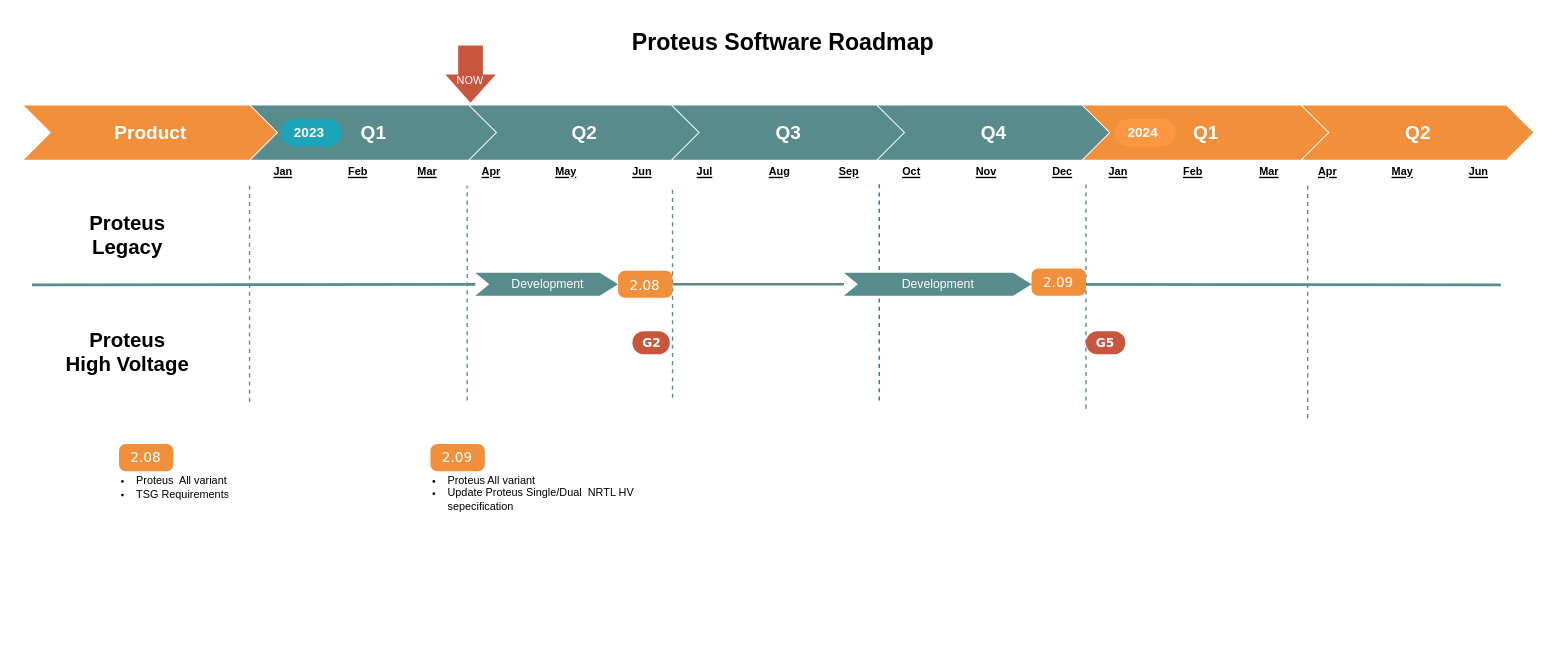
Earlier version of the draw.io diagram page "Proteus" (6 of 8) of 0.Project Roadmap.drawio (EdwardsKorea/CommonDrawIO). Source tidied: cells renumbered, new cells numbered last; positions are measured from the earlier drawing's top-left corner, leaving out a move shared by most shapes. Both pictures are drawn from the tidied source at 136%, with x=0, y=0 at pixel (23, 23).
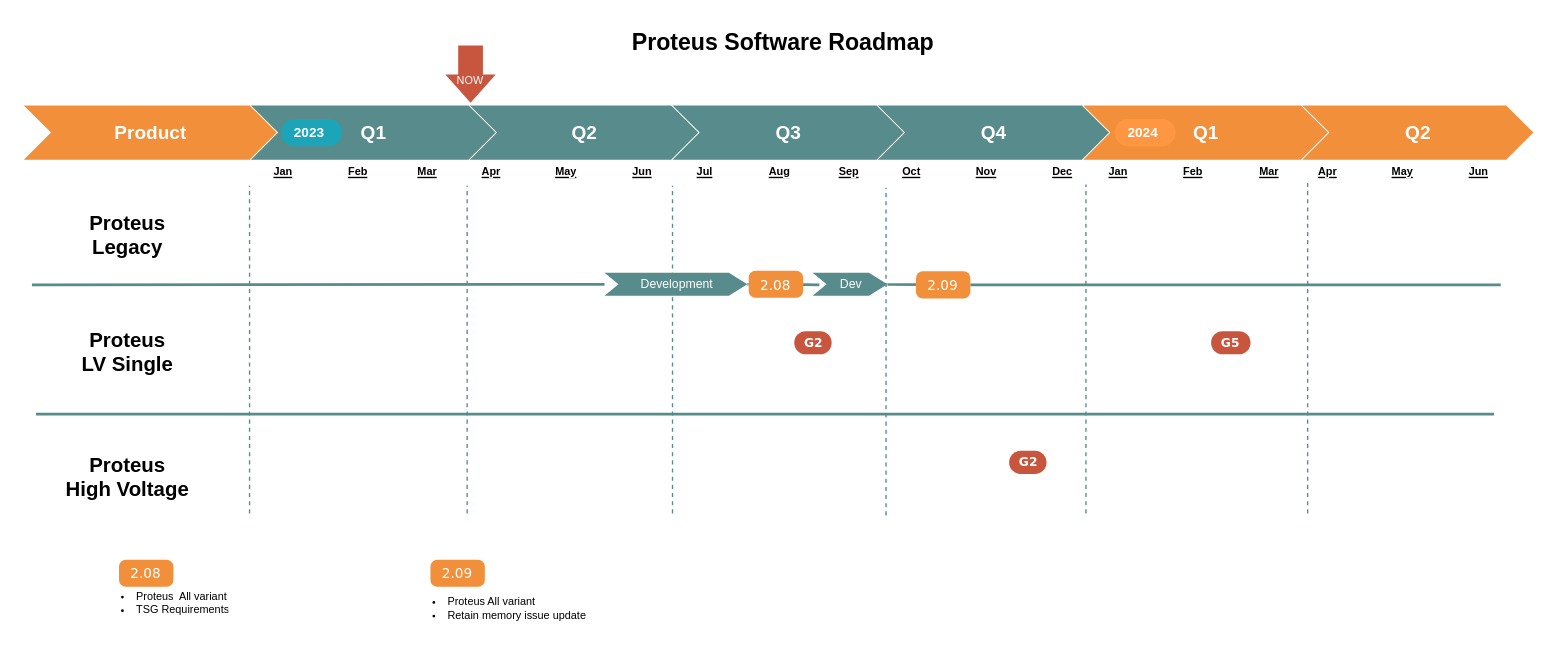
After the change.

Commit message (it also covers changes not shown here):
0.Project Roadmap.drawio proteus 업데이트

Change to the diagram source:
```diff
@@
     <mxCell id="31" style="endArrow=none;dashed=1;html=1;strokeColor=#588b8b;strokeWidth=1;" parent="1" edge="1">
       <mxGeometry relative="1" as="geometry">
-        <mxPoint x="166" y="278" as="sourcePoint" />
+        <mxPoint x="166" y="360" as="sourcePoint" />
         <mxPoint x="166" y="119" as="targetPoint" />
       </mxGeometry>
     </mxCell>
     <mxCell id="32" style="endArrow=none;dashed=1;html=1;strokeColor=#588b8b;strokeWidth=1;" parent="1" edge="1">
       <mxGeometry relative="1" as="geometry">
-        <mxPoint x="326" y="277" as="sourcePoint" />
+        <mxPoint x="326" y="360" as="sourcePoint" />
         <mxPoint x="326" y="119" as="targetPoint" />
       </mxGeometry>
     </mxCell>
     <mxCell id="33" style="endArrow=none;dashed=1;html=1;strokeColor=#588b8b;strokeWidth=1;" parent="1" edge="1">
       <mxGeometry relative="1" as="geometry">
-        <mxPoint x="477" y="275" as="sourcePoint" />
+        <mxPoint x="477" y="360" as="sourcePoint" />
         <mxPoint x="477" y="119" as="targetPoint" />
       </mxGeometry>
     </mxCell>
-    <mxCell id="34" style="endArrow=none;dashed=1;html=1;strokeColor=#10739E;strokeWidth=1;" parent="1" edge="1">
-      <mxGeometry relative="1" as="geometry">
-        <mxPoint x="629" y="277" as="sourcePoint" />
-        <mxPoint x="629" y="117.6" as="targetPoint" />
-      </mxGeometry>
-    </mxCell>
     <mxCell id="35" style="endArrow=none;dashed=1;html=1;strokeColor=#588b8b;strokeWidth=1;" parent="1" edge="1">
       <mxGeometry relative="1" as="geometry">
-        <mxPoint x="781" y="283" as="sourcePoint" />
+        <mxPoint x="781" y="360" as="sourcePoint" />
         <mxPoint x="781" y="118.1" as="targetPoint" />
       </mxGeometry>
     </mxCell>
     <mxCell id="36" style="endArrow=none;dashed=1;html=1;strokeColor=#588b8b;strokeWidth=1;" parent="1" edge="1">
       <mxGeometry relative="1" as="geometry">
-        <mxPoint x="944" y="290" as="sourcePoint" />
+        <mxPoint x="944" y="360" as="sourcePoint" />
         <mxPoint x="944" y="117" as="targetPoint" />
       </mxGeometry>
     </mxCell>
-    <mxCell id="37" value="Proteus &lt;br&gt;High Voltage" style="text;html=1;strokeColor=none;fillColor=none;align=center;verticalAlign=middle;whiteSpace=wrap;rounded=0;fontSize=15;fontStyle=1;" parent="1" vertex="1">
+    <mxCell id="37" value="Proteus&lt;br&gt;LV Single" style="text;html=1;strokeColor=none;fillColor=none;align=center;verticalAlign=middle;whiteSpace=wrap;rounded=0;fontSize=15;fontStyle=1;" parent="1" vertex="1">
       <mxGeometry x="17" y="226" width="119" height="30" as="geometry" />
     </mxCell>
-    <mxCell id="38" style="endArrow=none;html=1;strokeColor=#588b8b;strokeWidth=2;" parent="1" edge="1" source="46">
+    <mxCell id="38" style="endArrow=none;html=1;strokeColor=#588b8b;strokeWidth=2;" parent="1" edge="1" source="42">
       <mxGeometry relative="1" as="geometry">
         <mxPoint x="1086" y="192" as="targetPoint" />
       </mxGeometry>
     </mxCell>
@@
     <mxCell id="40" value="G2" style="rounded=1;whiteSpace=wrap;html=1;arcSize=50;strokeColor=none;strokeWidth=1;fillColor=#c8553d;fontColor=#FFFFFF;whiteSpace=wrap;align=center;verticalAlign=middle;spacingLeft=0;fontStyle=1;fontSize=9;spacing=10;fontFamily=Verdana;" parent="1" vertex="1">
-      <mxGeometry x="447.5" y="226" width="27.5" height="17" as="geometry" />
+      <mxGeometry x="566.5" y="226" width="27.5" height="17" as="geometry" />
     </mxCell>
     <mxCell id="41" value="G5" style="rounded=1;whiteSpace=wrap;html=1;arcSize=50;strokeColor=none;strokeWidth=1;fillColor=#c8553d;fontColor=#FFFFFF;whiteSpace=wrap;align=center;verticalAlign=middle;spacingLeft=0;fontStyle=1;fontSize=9;spacing=10;fontFamily=Verdana;" parent="1" vertex="1">
-      <mxGeometry x="781" y="226" width="29" height="17" as="geometry" />
+      <mxGeometry x="873" y="226" width="29" height="17" as="geometry" />
     </mxCell>
-    <mxCell id="42" value="2.09" style="html=1;shadow=0;dashed=0;shape=mxgraph.bootstrap.rrect;rSize=5;strokeColor=none;strokeWidth=1;fillColor=#F28f3b;fontColor=#FFFFFF;whiteSpace=wrap;align=center;verticalAlign=middle;spacingLeft=0;fontStyle=0;fontSize=10;spacing=5;fontFamily=Verdana;labelBackgroundColor=none;" parent="1" vertex="1">
-      <mxGeometry x="741" y="180" width="40" height="20" as="geometry" />
-    </mxCell>
@@
     <mxCell id="44" value="Development" style="html=1;shape=mxgraph.infographic.ribbonSimple;notch1=10.29;notch2=13.57;fillColor=#588b8b;strokeColor=none;align=center;verticalAlign=middle;fontColor=#ffffff;fontSize=9;fontStyle=0;rounded=0;" parent="1" vertex="1">
-      <mxGeometry x="332" y="183" width="105" height="17" as="geometry" />
+      <mxGeometry x="427" y="183" width="105" height="17" as="geometry" />
     </mxCell>
-    <mxCell id="45" style="endArrow=none;html=1;strokeColor=#588b8b;strokeWidth=2;" parent="1" edge="1" source="48" target="46">
-      <mxGeometry relative="1" as="geometry" />
+    <mxCell id="45" style="endArrow=none;html=1;strokeColor=#588b8b;strokeWidth=2;" parent="1" edge="1" source="48">
+      <mxGeometry relative="1" as="geometry">
+        <mxPoint x="585" y="192" as="targetPoint" />
+      </mxGeometry>
     </mxCell>
-    <mxCell id="46" value="Development" style="html=1;shape=mxgraph.infographic.ribbonSimple;notch1=10.29;notch2=13.57;fillColor=#588b8b;strokeColor=none;align=center;verticalAlign=middle;fontColor=#ffffff;fontSize=9;fontStyle=0;rounded=0;" parent="1" vertex="1">
-      <mxGeometry x="603" y="183" width="138" height="17" as="geometry" />
-    </mxCell>
@@
     <mxCell id="48" value="2.08" style="html=1;shadow=0;dashed=0;shape=mxgraph.bootstrap.rrect;rSize=5;strokeColor=none;strokeWidth=1;fillColor=#F28f3b;fontColor=#FFFFFF;whiteSpace=wrap;align=center;verticalAlign=middle;spacingLeft=0;fontStyle=0;fontSize=10;spacing=5;fontFamily=Verdana;labelBackgroundColor=none;" parent="1" vertex="1">
-      <mxGeometry x="437" y="181.5" width="40" height="20" as="geometry" />
+      <mxGeometry x="533" y="181.5" width="40" height="20" as="geometry" />
     </mxCell>
     <mxCell id="49" value="2.08" style="html=1;shadow=0;dashed=0;shape=mxgraph.bootstrap.rrect;rSize=5;strokeColor=none;strokeWidth=1;fillColor=#F28f3b;fontColor=#FFFFFF;whiteSpace=wrap;align=center;verticalAlign=middle;spacingLeft=0;fontStyle=0;fontSize=10;spacing=5;fontFamily=Verdana;labelBackgroundColor=none;" parent="1" vertex="1">
-      <mxGeometry x="70" y="309" width="40" height="20" as="geometry" />
+      <mxGeometry x="70" y="394" width="40" height="20" as="geometry" />
     </mxCell>
     <mxCell id="50" value="&lt;ul&gt;&lt;li&gt;Proteus&amp;nbsp; All variant&lt;/li&gt;&lt;li&gt;TSG Requirements&lt;/li&gt;&lt;/ul&gt;" style="text;strokeColor=none;fillColor=none;html=1;whiteSpace=wrap;verticalAlign=middle;overflow=hidden;fontSize=8;fontFamily=Helvetica;fontColor=#000000;labelPosition=center;verticalLabelPosition=middle;align=left;" parent="1" vertex="1">
-      <mxGeometry x="41" y="321" width="211" height="40" as="geometry" />
+      <mxGeometry x="41" y="406" width="211" height="40" as="geometry" />
     </mxCell>
     <mxCell id="51" value="2.09" style="html=1;shadow=0;dashed=0;shape=mxgraph.bootstrap.rrect;rSize=5;strokeColor=none;strokeWidth=1;fillColor=#F28f3b;fontColor=#FFFFFF;whiteSpace=wrap;align=center;verticalAlign=middle;spacingLeft=0;fontStyle=0;fontSize=10;spacing=5;fontFamily=Verdana;labelBackgroundColor=none;" parent="1" vertex="1">
-      <mxGeometry x="299" y="309" width="40" height="20" as="geometry" />
+      <mxGeometry x="299" y="394" width="40" height="20" as="geometry" />
     </mxCell>
-    <mxCell id="52" value="&lt;ul&gt;&lt;li&gt;Proteus All variant&lt;/li&gt;&lt;li&gt;Update Proteus Single/Dual&amp;nbsp; NRTL HV sepecification&lt;/li&gt;&lt;/ul&gt;" style="text;strokeColor=none;fillColor=none;html=1;whiteSpace=wrap;verticalAlign=middle;overflow=hidden;fontSize=8;fontFamily=Helvetica;fontColor=#000000;labelPosition=center;verticalLabelPosition=middle;align=left;" parent="1" vertex="1">
-      <mxGeometry x="270" y="321" width="211" height="48" as="geometry" />
+    <mxCell id="52" value="&lt;ul&gt;&lt;li&gt;Proteus All variant&lt;/li&gt;&lt;li&gt;Retain memory issue update&lt;/li&gt;&lt;/ul&gt;" style="text;strokeColor=none;fillColor=none;html=1;whiteSpace=wrap;verticalAlign=middle;overflow=hidden;fontSize=8;fontFamily=Helvetica;fontColor=#000000;labelPosition=center;verticalLabelPosition=middle;align=left;" parent="1" vertex="1">
+      <mxGeometry x="270" y="406" width="211" height="48" as="geometry" />
     </mxCell>
+    <mxCell id="53" style="endArrow=none;html=1;strokeColor=#588b8b;strokeWidth=2;" parent="1" edge="1">
+      <mxGeometry relative="1" as="geometry">
+        <mxPoint x="9" y="287" as="sourcePoint" />
+        <mxPoint x="1081" y="287" as="targetPoint" />
+      </mxGeometry>
+    </mxCell>
+    <mxCell id="54" value="Proteus&lt;br&gt;High Voltage" style="text;html=1;strokeColor=none;fillColor=none;align=center;verticalAlign=middle;whiteSpace=wrap;rounded=0;fontSize=15;fontStyle=1;" parent="1" vertex="1">
+      <mxGeometry x="17" y="318" width="119" height="30" as="geometry" />
+    </mxCell>
+    <mxCell id="55" value="G2" style="rounded=1;whiteSpace=wrap;html=1;arcSize=50;strokeColor=none;strokeWidth=1;fillColor=#c8553d;fontColor=#FFFFFF;whiteSpace=wrap;align=center;verticalAlign=middle;spacingLeft=0;fontStyle=1;fontSize=9;spacing=10;fontFamily=Verdana;" parent="1" vertex="1">
+      <mxGeometry x="724.5" y="314" width="27.5" height="17" as="geometry" />
+    </mxCell>
+    <mxCell id="46" value="Dev" style="html=1;shape=mxgraph.infographic.ribbonSimple;notch1=10.29;notch2=13.57;fillColor=#588b8b;strokeColor=none;align=center;verticalAlign=middle;fontColor=#ffffff;fontSize=9;fontStyle=0;rounded=0;" parent="1" vertex="1">
+      <mxGeometry x="580" y="183" width="55" height="17" as="geometry" />
+    </mxCell>
+    <mxCell id="56" style="endArrow=none;html=1;strokeColor=#588b8b;strokeWidth=2;" parent="1" edge="1" source="46" target="42">
+      <mxGeometry relative="1" as="geometry" />
+    </mxCell>
+    <mxCell id="42" value="2.09" style="html=1;shadow=0;dashed=0;shape=mxgraph.bootstrap.rrect;rSize=5;strokeColor=none;strokeWidth=1;fillColor=#F28f3b;fontColor=#FFFFFF;whiteSpace=wrap;align=center;verticalAlign=middle;spacingLeft=0;fontStyle=0;fontSize=10;spacing=5;fontFamily=Verdana;labelBackgroundColor=none;" parent="1" vertex="1">
+      <mxGeometry x="656" y="182" width="40" height="20" as="geometry" />
+    </mxCell>
+    <mxCell id="57" style="endArrow=none;dashed=1;html=1;strokeColor=#588b8b;strokeWidth=1;" parent="1" edge="1">
+      <mxGeometry relative="1" as="geometry">
+        <mxPoint x="634" y="361.5" as="sourcePoint" />
+        <mxPoint x="634" y="120.5" as="targetPoint" />
+      </mxGeometry>
+    </mxCell>
```
